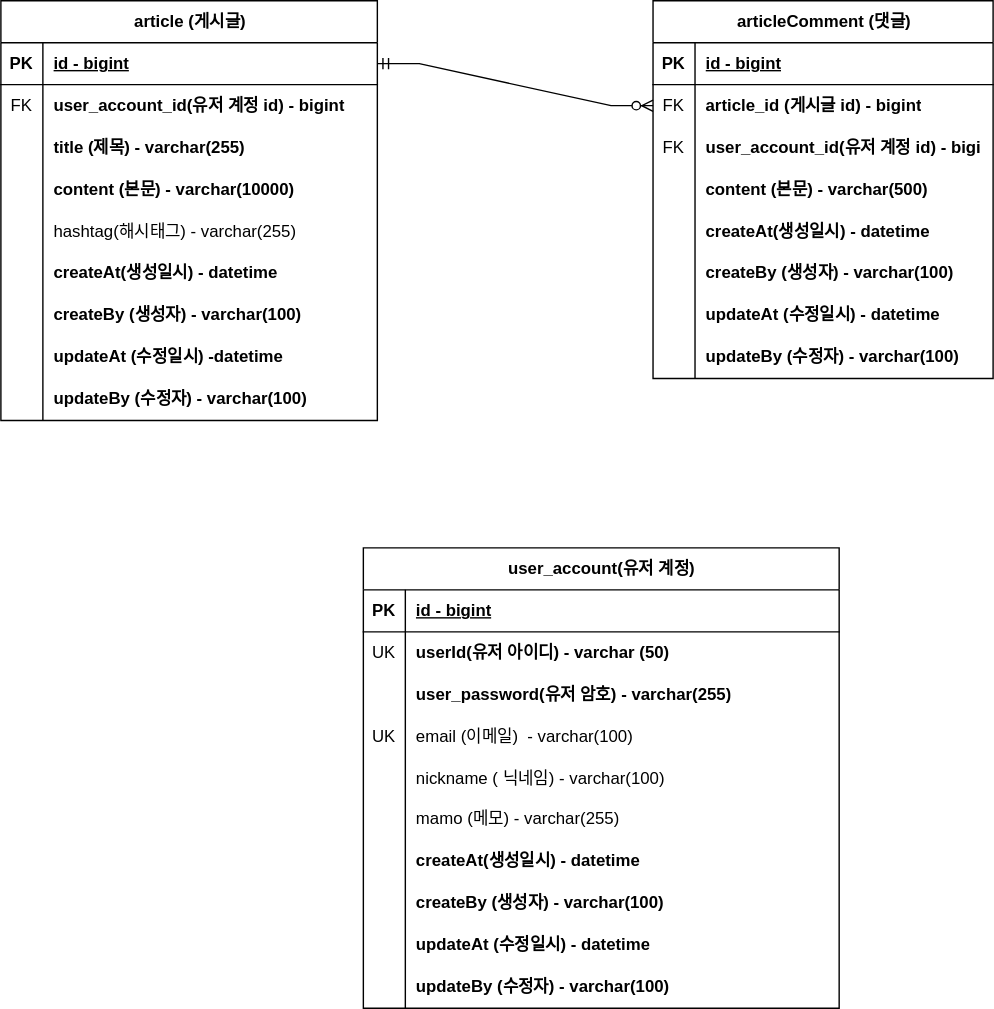
Before: document/project-board-erd.svg, a diagram exported from draw.io (hojin7769/project-board). Source tidied: cells renumbered, new cells last; positions are measured from the earlier drawing's top-left corner, leaving out a move shared by most shapes.
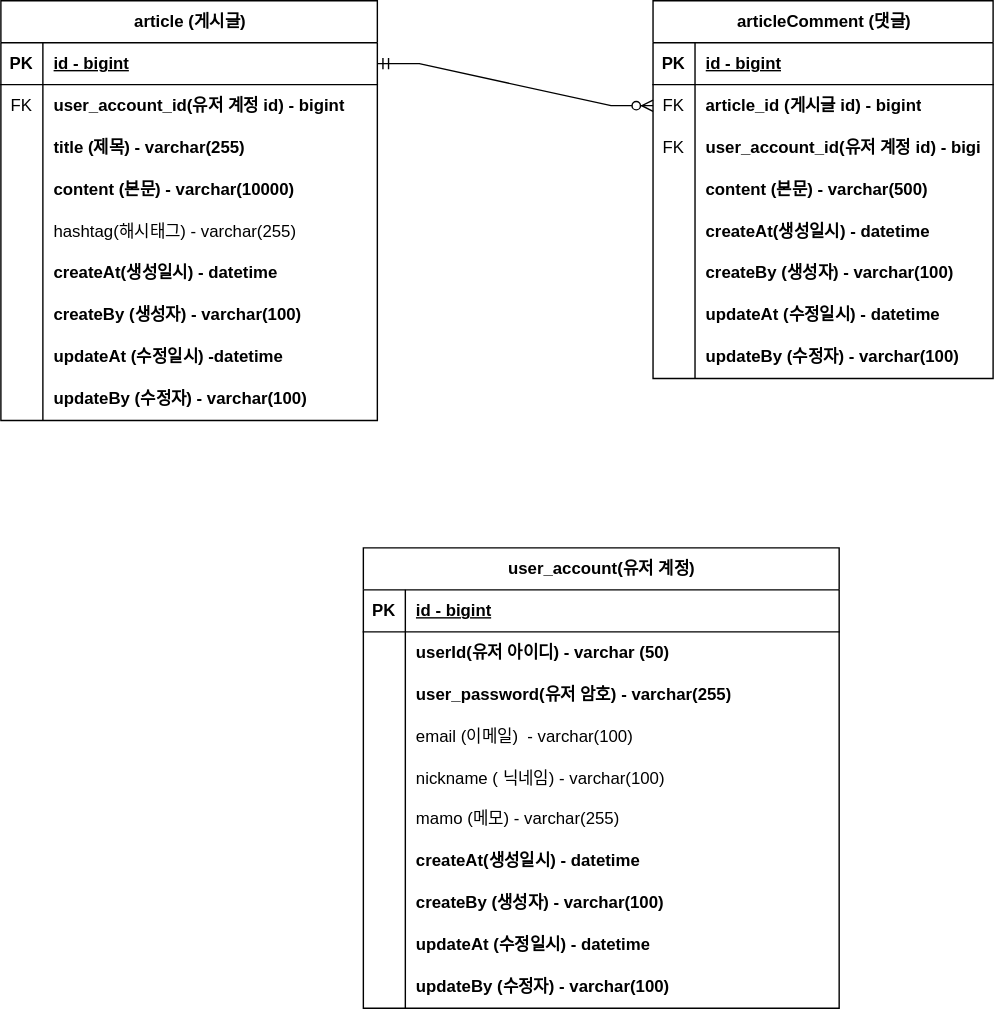
The same file after the commit.

Commit message:
#43 - ERD 문서 수정: 회원 계정 user_id 를 PK 로 변경

회원 계정 기존 `id` 를 삭제하고 `user_id`를 pk로 변경하는
그림 적용

Diff of the diagram source:
```diff
@@ -179,7 +179,7 @@
     <mxCell id="60" style="shape=tableRow;horizontal=0;startSize=0;swimlaneHead=0;swimlaneBody=0;fillColor=none;top=0;left=0;right=0;bottom=0;" parent="56" vertex="1">
       <mxGeometry y="60" width="340" height="30" as="geometry" />
     </mxCell>
-    <mxCell id="61" value="UK" style="shape=partialRectangle;fillColor=none;top=0;left=0;bottom=0;right=0;overflow=hidden;whiteSpace=wrap;html=1;" parent="60" vertex="1">
+    <mxCell id="61" style="shape=partialRectangle;fillColor=none;top=0;left=0;bottom=0;right=0;overflow=hidden;whiteSpace=wrap;html=1;" parent="60" vertex="1">
       <mxGeometry width="30" height="30" as="geometry" />
     </mxCell>
     <mxCell id="62" value="&lt;b&gt;userId(유저 아이디) - varchar (50)&lt;/b&gt;" style="shape=partialRectangle;fillColor=none;top=0;left=0;bottom=0;right=0;align=left;spacingLeft=6;overflow=hidden;whiteSpace=wrap;html=1;" parent="60" vertex="1">
@@ -197,7 +197,7 @@
     <mxCell id="66" style="shape=tableRow;horizontal=0;startSize=0;swimlaneHead=0;swimlaneBody=0;fillColor=none;top=0;left=0;right=0;bottom=0;" parent="56" vertex="1">
       <mxGeometry y="120" width="340" height="30" as="geometry" />
     </mxCell>
-    <mxCell id="67" value="UK" style="shape=partialRectangle;fillColor=none;top=0;left=0;bottom=0;right=0;overflow=hidden;whiteSpace=wrap;html=1;" parent="66" vertex="1">
+    <mxCell id="67" style="shape=partialRectangle;fillColor=none;top=0;left=0;bottom=0;right=0;overflow=hidden;whiteSpace=wrap;html=1;" parent="66" vertex="1">
       <mxGeometry width="30" height="30" as="geometry" />
     </mxCell>
     <mxCell id="68" value="email (이메일)&amp;nbsp; - varchar(100)" style="shape=partialRectangle;fillColor=none;top=0;left=0;bottom=0;right=0;align=left;spacingLeft=6;overflow=hidden;whiteSpace=wrap;html=1;" parent="66" vertex="1">
```
